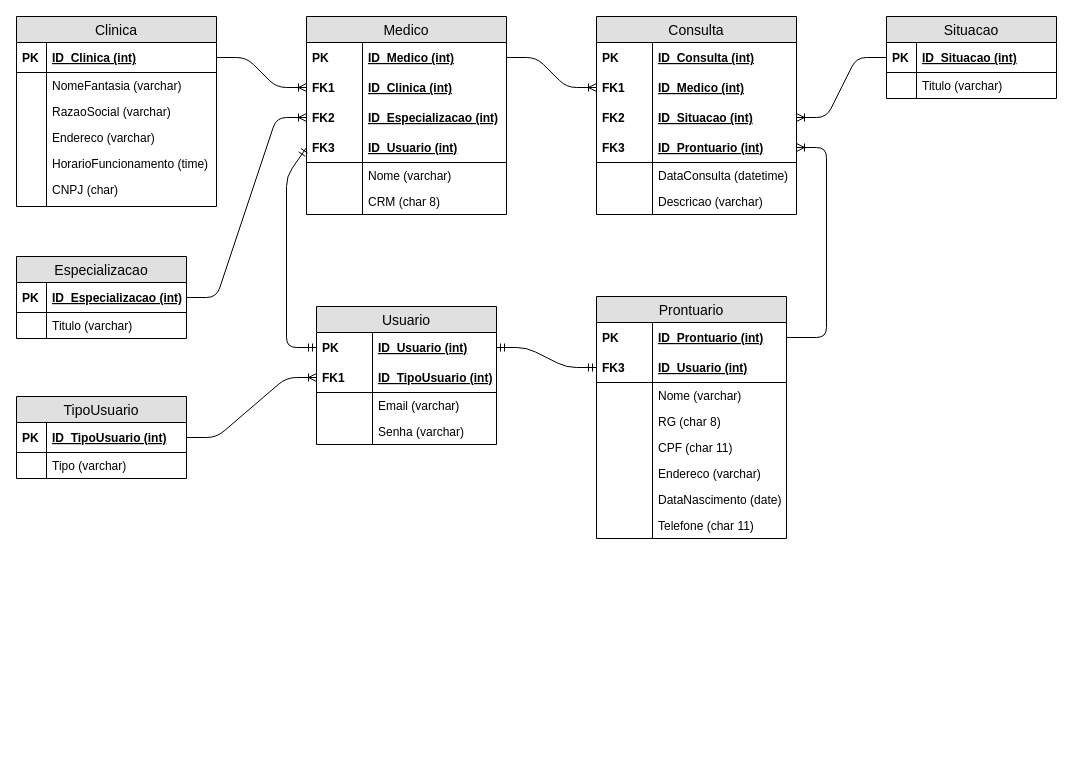
Above: page "Lógico" (2 of 2) of SPMedGroup/Modelagem/SPMedGroup.drawio in LiviaSibi/Banco-de-dados (draw.io), before the change. Source tidied: cells renumbered, new cells numbered last; positions are measured from the earlier drawing's top-left corner, leaving out a move shared by most shapes. Both pictures are drawn from the tidied source at 100%, with x=0, y=0 at pixel (16, 16).
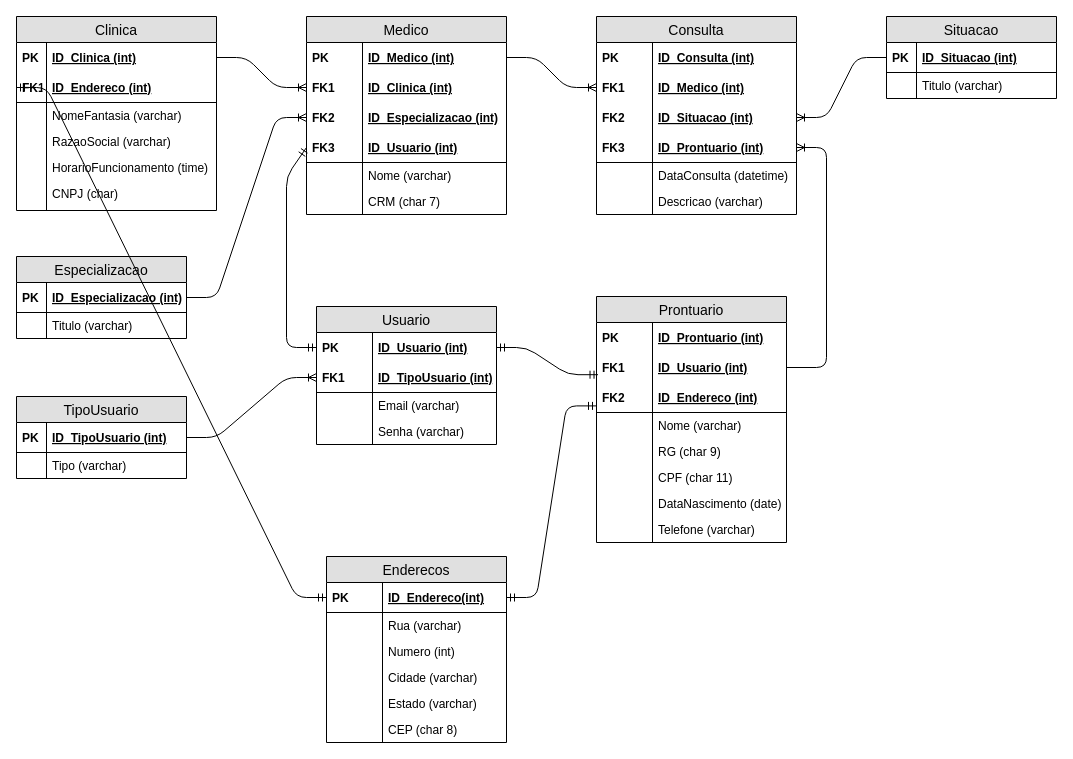
The same page after the edit.

Unchanged cells that the change refers to:
```xml
<mxCell id="25" value="Medico" style="swimlane;fontStyle=0;horizontal=1;startSize=26;fillColor=#e0e0e0;swimlaneFillColor=#ffffff;align=center;fontSize=14;" parent="1" vertex="1">
  <mxGeometry x="290" width="200" height="198" as="geometry" />
</mxCell>
<mxCell id="44" value="ID_Usuario (int)" style="shape=partialRectangle;top=0;left=0;right=0;bottom=0;align=left;verticalAlign=middle;fillColor=none;spacingLeft=60;spacingRight=4;overflow=hidden;points=[[0,0.5],[1,0.5]];portConstraint=eastwest;fontStyle=5;fontSize=12;" parent="43" vertex="1">
  <mxGeometry y="26" width="180" height="30" as="geometry" />
</mxCell>
```

Diff of the diagram source:
```diff
@@
     <mxCell id="2" value="Clinica" style="swimlane;fontStyle=0;horizontal=1;startSize=26;fillColor=#e0e0e0;swimlaneFillColor=#ffffff;align=center;fontSize=14;" parent="1" vertex="1">
-      <mxGeometry width="200" height="190" as="geometry" />
+      <mxGeometry width="200" height="194" as="geometry" />
     </mxCell>
-    <mxCell id="3" value="ID_Clinica (int)" style="shape=partialRectangle;top=0;left=0;right=0;bottom=1;align=left;verticalAlign=middle;fillColor=none;spacingLeft=34;spacingRight=4;overflow=hidden;points=[[0,0.5],[1,0.5]];portConstraint=eastwest;fontStyle=5;fontSize=12;" parent="2" vertex="1">
+    <mxCell id="3" value="ID_Clinica (int)" style="shape=partialRectangle;top=0;left=0;right=0;bottom=1;align=left;verticalAlign=middle;fillColor=none;spacingLeft=34;spacingRight=4;overflow=hidden;points=[[0,0.5],[1,0.5]];portConstraint=eastwest;fontStyle=5;fontSize=12;strokeColor=none;" parent="2" vertex="1">
       <mxGeometry y="26" width="200" height="30" as="geometry" />
     </mxCell>
@@
+    <mxCell id="90" value="ID_Endereco (int)" style="shape=partialRectangle;top=0;left=0;right=0;bottom=1;align=left;verticalAlign=middle;fillColor=none;spacingLeft=34;spacingRight=4;overflow=hidden;points=[[0,0.5],[1,0.5]];portConstraint=eastwest;fontStyle=5;fontSize=12;" parent="2" vertex="1">
+      <mxGeometry y="56" width="200" height="30" as="geometry" />
+    </mxCell>
+    <mxCell id="91" value="FK1" style="shape=partialRectangle;top=0;left=0;bottom=0;fillColor=none;align=left;verticalAlign=middle;spacingLeft=4;spacingRight=4;overflow=hidden;fontSize=12;fontStyle=1;" parent="90" vertex="1">
+      <mxGeometry width="30" height="30" as="geometry" />
+    </mxCell>
     <mxCell id="5" value="NomeFantasia (varchar)" style="shape=partialRectangle;top=0;left=0;right=0;bottom=0;align=left;verticalAlign=top;fillColor=none;spacingLeft=34;spacingRight=4;overflow=hidden;fontSize=12;" parent="2" vertex="1">
-      <mxGeometry y="56" width="200" height="26" as="geometry" />
+      <mxGeometry y="86" width="200" height="26" as="geometry" />
     </mxCell>
@@
     <mxCell id="7" value="RazaoSocial (varchar)" style="shape=partialRectangle;top=0;left=0;right=0;bottom=0;align=left;verticalAlign=top;fillColor=none;spacingLeft=34;spacingRight=4;overflow=hidden;fontSize=12;" parent="2" vertex="1">
-      <mxGeometry y="82" width="200" height="26" as="geometry" />
+      <mxGeometry y="112" width="200" height="26" as="geometry" />
     </mxCell>
@@
-    <mxCell id="9" value="Endereco (varchar)" style="shape=partialRectangle;top=0;left=0;right=0;bottom=0;align=left;verticalAlign=top;fillColor=none;spacingLeft=34;spacingRight=4;overflow=hidden;fontSize=12;" parent="2" vertex="1">
-      <mxGeometry y="108" width="200" height="26" as="geometry" />
-    </mxCell>
-    <mxCell id="10" style="shape=partialRectangle;top=0;left=0;bottom=0;fillColor=none;align=left;verticalAlign=top;spacingLeft=4;spacingRight=4;overflow=hidden;fontSize=12;" parent="9" vertex="1">
-      <mxGeometry width="30" height="26" as="geometry" />
-    </mxCell>
     <mxCell id="11" value="HorarioFuncionamento (time)" style="shape=partialRectangle;top=0;left=0;right=0;bottom=0;align=left;verticalAlign=top;fillColor=none;spacingLeft=34;spacingRight=4;overflow=hidden;fontSize=12;" parent="2" vertex="1">
-      <mxGeometry y="134" width="200" height="26" as="geometry" />
+      <mxGeometry y="138" width="200" height="26" as="geometry" />
     </mxCell>
@@
     <mxCell id="13" value="CNPJ (char)" style="shape=partialRectangle;top=0;left=0;right=0;bottom=0;align=left;verticalAlign=top;fillColor=none;spacingLeft=34;spacingRight=4;overflow=hidden;fontSize=12;" parent="2" vertex="1">
-      <mxGeometry y="160" width="200" height="30" as="geometry" />
+      <mxGeometry y="164" width="200" height="30" as="geometry" />
     </mxCell>
@@
-    <mxCell id="36" value="CRM (char 8)" style="shape=partialRectangle;top=0;left=0;right=0;bottom=0;align=left;verticalAlign=top;fillColor=none;spacingLeft=60;spacingRight=4;overflow=hidden;fontSize=12;" parent="25" vertex="1">
+    <mxCell id="36" value="CRM (char 7)" style="shape=partialRectangle;top=0;left=0;right=0;bottom=0;align=left;verticalAlign=top;fillColor=none;spacingLeft=60;spacingRight=4;overflow=hidden;fontSize=12;" parent="25" vertex="1">
       <mxGeometry y="172" width="200" height="26" as="geometry" />
     </mxCell>
@@
     <mxCell id="65" value="Prontuario" style="swimlane;fontStyle=0;horizontal=1;startSize=26;fillColor=#e0e0e0;swimlaneFillColor=#ffffff;align=center;fontSize=14;" parent="1" vertex="1">
-      <mxGeometry x="580" y="280" width="190" height="242" as="geometry" />
+      <mxGeometry x="580" y="280" width="190" height="246" as="geometry" />
     </mxCell>
+    <mxCell id="92" value="ID_Prontuario (int)" style="shape=partialRectangle;top=0;left=0;right=0;bottom=0;align=left;verticalAlign=middle;fillColor=none;spacingLeft=60;spacingRight=4;overflow=hidden;fontStyle=5;fontSize=12;" parent="65" vertex="1">
+      <mxGeometry y="26" width="190" height="30" as="geometry" />
+    </mxCell>
+    <mxCell id="93" value="PK" style="shape=partialRectangle;fontStyle=1;top=0;left=0;bottom=0;fillColor=none;align=left;verticalAlign=middle;spacingLeft=4;spacingRight=4;overflow=hidden;fontSize=12;" parent="92" vertex="1">
+      <mxGeometry width="56" height="30" as="geometry" />
+    </mxCell>
-    <mxCell id="66" value="ID_Prontuario (int)" style="shape=partialRectangle;top=0;left=0;right=0;bottom=0;align=left;verticalAlign=middle;fillColor=none;spacingLeft=60;spacingRight=4;overflow=hidden;points=[[0,0.5],[1,0.5]];portConstraint=eastwest;fontStyle=5;fontSize=12;" parent="65" vertex="1">
-      <mxGeometry y="26" width="190" height="30" as="geometry" />
+    <mxCell id="66" value="ID_Usuario (int)" style="shape=partialRectangle;top=0;left=0;right=0;bottom=0;align=left;verticalAlign=middle;fillColor=none;spacingLeft=60;spacingRight=4;overflow=hidden;points=[[0,0.5],[1,0.5]];portConstraint=eastwest;fontStyle=5;fontSize=12;" parent="65" vertex="1">
+      <mxGeometry y="56" width="190" height="30" as="geometry" />
     </mxCell>
-    <mxCell id="67" value="PK" style="shape=partialRectangle;fontStyle=1;top=0;left=0;bottom=0;fillColor=none;align=left;verticalAlign=middle;spacingLeft=4;spacingRight=4;overflow=hidden;fontSize=12;" parent="66" vertex="1">
+    <mxCell id="67" value="FK1" style="shape=partialRectangle;fontStyle=1;top=0;left=0;bottom=0;fillColor=none;align=left;verticalAlign=middle;spacingLeft=4;spacingRight=4;overflow=hidden;fontSize=12;" parent="66" vertex="1">
       <mxGeometry width="56" height="30" as="geometry" />
     </mxCell>
-    <mxCell id="68" value="ID_Usuario (int)" style="shape=partialRectangle;top=0;left=0;right=0;bottom=1;align=left;verticalAlign=middle;fillColor=none;spacingLeft=60;spacingRight=4;overflow=hidden;points=[[0,0.5],[1,0.5]];portConstraint=eastwest;fontStyle=5;fontSize=12;" parent="65" vertex="1">
-      <mxGeometry y="56" width="190" height="30" as="geometry" />
+    <mxCell id="68" value="ID_Endereco (int)" style="shape=partialRectangle;top=0;left=0;right=0;bottom=1;align=left;verticalAlign=middle;fillColor=none;spacingLeft=60;spacingRight=4;overflow=hidden;points=[[0,0.5],[1,0.5]];portConstraint=eastwest;fontStyle=5;fontSize=12;" parent="65" vertex="1">
+      <mxGeometry y="86" width="190" height="30" as="geometry" />
     </mxCell>
-    <mxCell id="69" value="FK3" style="shape=partialRectangle;fontStyle=1;top=0;left=0;bottom=0;fillColor=none;align=left;verticalAlign=middle;spacingLeft=4;spacingRight=4;overflow=hidden;fontSize=12;" parent="68" vertex="1">
+    <mxCell id="69" value="FK2" style="shape=partialRectangle;fontStyle=1;top=0;left=0;bottom=0;fillColor=none;align=left;verticalAlign=middle;spacingLeft=4;spacingRight=4;overflow=hidden;fontSize=12;" parent="68" vertex="1">
       <mxGeometry width="56" height="30" as="geometry" />
     </mxCell>
     <mxCell id="70" value="Nome (varchar)" style="shape=partialRectangle;top=0;left=0;right=0;bottom=0;align=left;verticalAlign=top;fillColor=none;spacingLeft=60;spacingRight=4;overflow=hidden;fontSize=12;" parent="65" vertex="1">
-      <mxGeometry y="86" width="190" height="26" as="geometry" />
+      <mxGeometry y="116" width="190" height="26" as="geometry" />
     </mxCell>
@@
-    <mxCell id="72" value="RG (char 8)" style="shape=partialRectangle;top=0;left=0;right=0;bottom=0;align=left;verticalAlign=top;fillColor=none;spacingLeft=60;spacingRight=4;overflow=hidden;fontSize=12;" parent="65" vertex="1">
-      <mxGeometry y="112" width="190" height="26" as="geometry" />
+    <mxCell id="72" value="RG (char 9)" style="shape=partialRectangle;top=0;left=0;right=0;bottom=0;align=left;verticalAlign=top;fillColor=none;spacingLeft=60;spacingRight=4;overflow=hidden;fontSize=12;" parent="65" vertex="1">
+      <mxGeometry y="142" width="190" height="26" as="geometry" />
     </mxCell>
@@
     <mxCell id="74" value="CPF (char 11)" style="shape=partialRectangle;top=0;left=0;right=0;bottom=0;align=left;verticalAlign=top;fillColor=none;spacingLeft=60;spacingRight=4;overflow=hidden;fontSize=12;" parent="65" vertex="1">
-      <mxGeometry y="138" width="190" height="26" as="geometry" />
+      <mxGeometry y="168" width="190" height="26" as="geometry" />
     </mxCell>
@@
-    <mxCell id="76" value="Endereco (varchar)" style="shape=partialRectangle;top=0;left=0;right=0;bottom=0;align=left;verticalAlign=top;fillColor=none;spacingLeft=60;spacingRight=4;overflow=hidden;fontSize=12;" parent="65" vertex="1">
-      <mxGeometry y="164" width="190" height="26" as="geometry" />
-    </mxCell>
-    <mxCell id="77" style="shape=partialRectangle;top=0;left=0;bottom=0;fillColor=none;align=left;verticalAlign=top;spacingLeft=4;spacingRight=4;overflow=hidden;fontSize=12;" parent="76" vertex="1">
-      <mxGeometry width="56" height="26" as="geometry" />
-    </mxCell>
     <mxCell id="78" value="DataNascimento (date)" style="shape=partialRectangle;top=0;left=0;right=0;bottom=0;align=left;verticalAlign=top;fillColor=none;spacingLeft=60;spacingRight=4;overflow=hidden;fontSize=12;" parent="65" vertex="1">
-      <mxGeometry y="190" width="190" height="26" as="geometry" />
+      <mxGeometry y="194" width="190" height="26" as="geometry" />
     </mxCell>
@@
-    <mxCell id="80" value="Telefone (char 11)" style="shape=partialRectangle;top=0;left=0;right=0;bottom=0;align=left;verticalAlign=top;fillColor=none;spacingLeft=60;spacingRight=4;overflow=hidden;fontSize=12;" parent="65" vertex="1">
-      <mxGeometry y="216" width="190" height="26" as="geometry" />
+    <mxCell id="80" value="Telefone (varchar)" style="shape=partialRectangle;top=0;left=0;right=0;bottom=0;align=left;verticalAlign=top;fillColor=none;spacingLeft=60;spacingRight=4;overflow=hidden;fontSize=12;" parent="65" vertex="1">
+      <mxGeometry y="220" width="190" height="26" as="geometry" />
     </mxCell>
@@
-    <mxCell id="88" style="edgeStyle=entityRelationEdgeStyle;fontSize=12;html=1;endArrow=ERmandOne;startArrow=ERmandOne;" parent="1" edge="1" source="44" target="68">
+    <mxCell id="88" style="edgeStyle=entityRelationEdgeStyle;fontSize=12;html=1;endArrow=ERmandOne;startArrow=ERmandOne;entryX=0.008;entryY=0.74;entryDx=0;entryDy=0;entryPerimeter=0;" parent="1" edge="1" source="44" target="66">
       <mxGeometry relative="1" as="geometry" />
     </mxCell>
@@
+    <mxCell id="94" value="Enderecos" style="swimlane;fontStyle=0;horizontal=1;startSize=26;fillColor=#e0e0e0;swimlaneFillColor=#ffffff;align=center;fontSize=14;" parent="1" vertex="1">
+      <mxGeometry x="310" y="540" width="180" height="186" as="geometry" />
+    </mxCell>
+    <mxCell id="95" value="ID_Endereco(int)" style="shape=partialRectangle;top=0;left=0;right=0;bottom=1;align=left;verticalAlign=middle;fillColor=none;spacingLeft=60;spacingRight=4;overflow=hidden;points=[[0,0.5],[1,0.5]];portConstraint=eastwest;fontStyle=5;fontSize=12;" parent="94" vertex="1">
+      <mxGeometry y="26" width="180" height="30" as="geometry" />
+    </mxCell>
+    <mxCell id="96" value="PK" style="shape=partialRectangle;fontStyle=1;top=0;left=0;bottom=0;fillColor=none;align=left;verticalAlign=middle;spacingLeft=4;spacingRight=4;overflow=hidden;fontSize=12;" parent="95" vertex="1">
+      <mxGeometry width="56" height="30" as="geometry" />
+    </mxCell>
+    <mxCell id="97" value="Rua (varchar)" style="shape=partialRectangle;top=0;left=0;right=0;bottom=0;align=left;verticalAlign=top;fillColor=none;spacingLeft=60;spacingRight=4;overflow=hidden;fontSize=12;" parent="94" vertex="1">
+      <mxGeometry y="56" width="180" height="26" as="geometry" />
+    </mxCell>
+    <mxCell id="98" style="shape=partialRectangle;top=0;left=0;bottom=0;fillColor=none;align=left;verticalAlign=top;spacingLeft=4;spacingRight=4;overflow=hidden;fontSize=12;" parent="97" vertex="1">
+      <mxGeometry width="56" height="26" as="geometry" />
+    </mxCell>
+    <mxCell id="99" value="Numero (int)" style="shape=partialRectangle;top=0;left=0;right=0;bottom=0;align=left;verticalAlign=top;fillColor=none;spacingLeft=60;spacingRight=4;overflow=hidden;fontSize=12;" parent="94" vertex="1">
+      <mxGeometry y="82" width="180" height="26" as="geometry" />
+    </mxCell>
+    <mxCell id="100" style="shape=partialRectangle;top=0;left=0;bottom=0;fillColor=none;align=left;verticalAlign=top;spacingLeft=4;spacingRight=4;overflow=hidden;fontSize=12;" parent="99" vertex="1">
+      <mxGeometry width="56" height="26" as="geometry" />
+    </mxCell>
+    <mxCell id="101" value="Cidade (varchar)" style="shape=partialRectangle;top=0;left=0;right=0;bottom=0;align=left;verticalAlign=top;fillColor=none;spacingLeft=60;spacingRight=4;overflow=hidden;fontSize=12;" parent="94" vertex="1">
+      <mxGeometry y="108" width="180" height="26" as="geometry" />
+    </mxCell>
+    <mxCell id="102" style="shape=partialRectangle;top=0;left=0;bottom=0;fillColor=none;align=left;verticalAlign=top;spacingLeft=4;spacingRight=4;overflow=hidden;fontSize=12;" parent="101" vertex="1">
+      <mxGeometry width="56" height="26" as="geometry" />
+    </mxCell>
+    <mxCell id="103" value="Estado (varchar)" style="shape=partialRectangle;top=0;left=0;right=0;bottom=0;align=left;verticalAlign=top;fillColor=none;spacingLeft=60;spacingRight=4;overflow=hidden;fontSize=12;" parent="94" vertex="1">
+      <mxGeometry y="134" width="180" height="26" as="geometry" />
+    </mxCell>
+    <mxCell id="104" style="shape=partialRectangle;top=0;left=0;bottom=0;fillColor=none;align=left;verticalAlign=top;spacingLeft=4;spacingRight=4;overflow=hidden;fontSize=12;" parent="103" vertex="1">
+      <mxGeometry width="56" height="26" as="geometry" />
+    </mxCell>
+    <mxCell id="105" value="CEP (char 8)" style="shape=partialRectangle;top=0;left=0;right=0;bottom=0;align=left;verticalAlign=top;fillColor=none;spacingLeft=60;spacingRight=4;overflow=hidden;fontSize=12;" parent="94" vertex="1">
+      <mxGeometry y="160" width="180" height="26" as="geometry" />
+    </mxCell>
+    <mxCell id="106" style="shape=partialRectangle;top=0;left=0;bottom=0;fillColor=none;align=left;verticalAlign=top;spacingLeft=4;spacingRight=4;overflow=hidden;fontSize=12;" parent="105" vertex="1">
+      <mxGeometry width="56" height="26" as="geometry" />
+    </mxCell>
+    <mxCell id="107" style="edgeStyle=entityRelationEdgeStyle;fontSize=12;html=1;endArrow=ERmandOne;startArrow=ERmandOne;entryX=0;entryY=0.78;entryDx=0;entryDy=0;entryPerimeter=0;" parent="1" edge="1" source="95" target="68">
+      <mxGeometry relative="1" as="geometry" />
+    </mxCell>
+    <mxCell id="108" style="edgeStyle=entityRelationEdgeStyle;fontSize=12;html=1;endArrow=ERmandOne;startArrow=ERmandOne;entryX=0;entryY=0.5;entryDx=0;entryDy=0;" parent="1" edge="1" source="95" target="90">
+      <mxGeometry relative="1" as="geometry" />
+    </mxCell>
```
